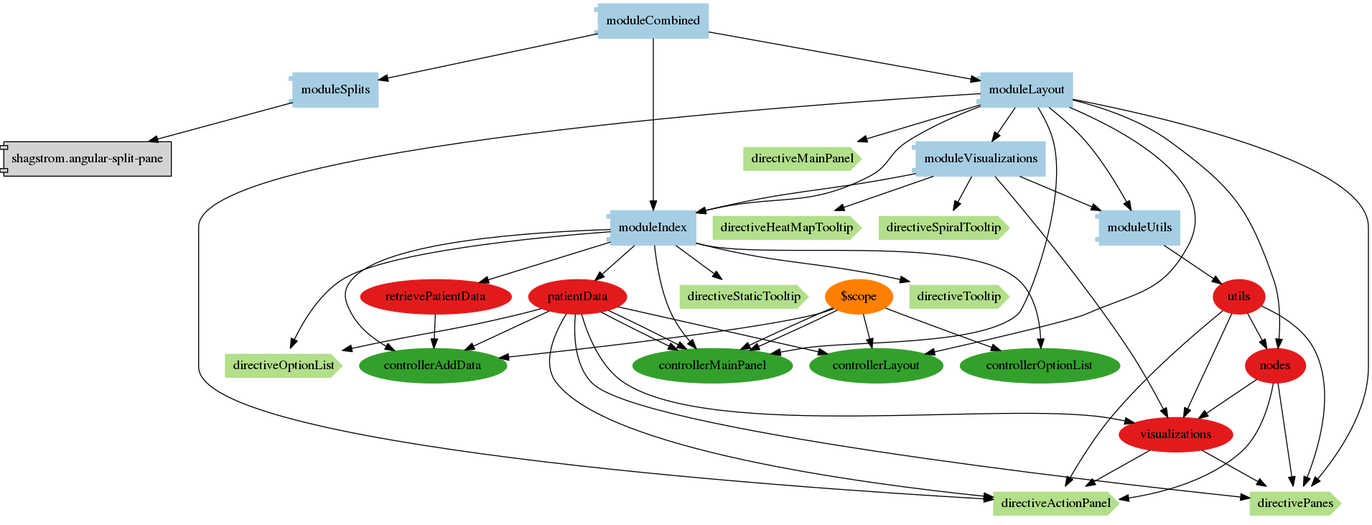
The Graphviz diagram architecture/png/all.png in nevesnunes/MultiViz, before a commit. Its source is kept beside it as architecture/dot/all.dot.
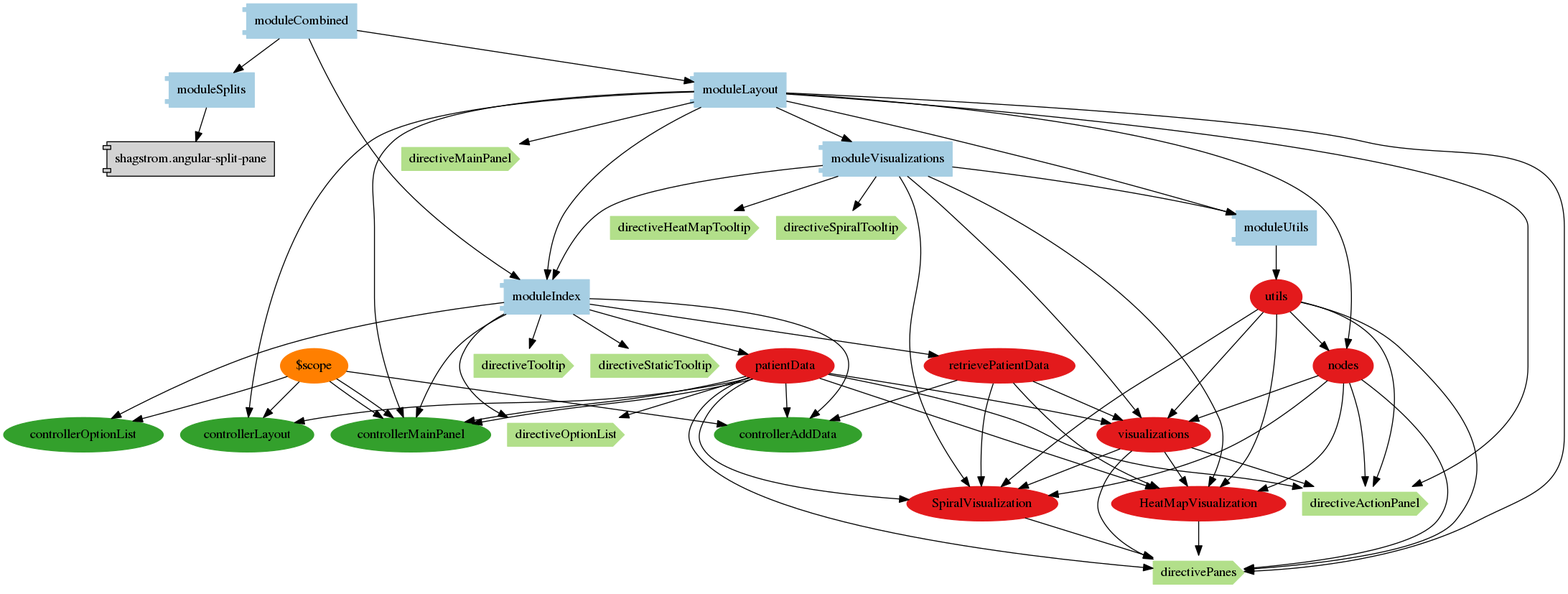
The same diagram one commit later.

The edit, as a diff of the source:
```diff
@@ -2,14 +2,14 @@
   node[shape="component",style="filled",colorscheme=paired12]
 
     node[shape="component"]
+
+      "moduleVisualizations"[label="moduleVisualizations", color=1]
 
       "moduleIndex"[label="moduleIndex", color=1]
 
       "moduleSplits"[label="moduleSplits", color=1]
 
       "moduleUtils"[label="moduleUtils", color=1]
-
-      "moduleVisualizations"[label="moduleVisualizations", color=1]
 
       "moduleLayout"[label="moduleLayout", color=1]
 
@@ -18,17 +18,17 @@
 
 
 
+        "moduleVisualizations" -> "moduleIndex"
+
+        "moduleVisualizations" -> "moduleUtils"
+
+
+
 
 
         "moduleSplits" -> "shagstrom.angular-split-pane"
 
 
-
-
-
-        "moduleVisualizations" -> "moduleIndex"
-
-        "moduleVisualizations" -> "moduleUtils"
 
 
 
@@ -49,6 +49,134 @@
 
 
     node[shape="ellipse"]
+
+
+
+
+
+
+
+
+
+
+        "HeatMapVisualization"[label="HeatMapVisualization", color=6]
+
+        "SpiralVisualization"[label="SpiralVisualization", color=6]
+
+        "visualizations"[label="visualizations", color=6]
+
+
+
+      node[shape="cds"]
+
+
+
+
+        "directiveHeatMapTooltip"[label="directiveHeatMapTooltip", color=3]
+
+        "directiveSpiralTooltip"[label="directiveSpiralTooltip", color=3]
+
+
+
+
+
+
+      node[shape="ellipse"]
+
+
+
+        "moduleVisualizations" -> "directiveHeatMapTooltip"
+
+        "moduleVisualizations" -> "directiveSpiralTooltip"
+
+
+
+
+
+
+
+        "moduleVisualizations" -> "HeatMapVisualization"
+
+        "moduleVisualizations" -> "SpiralVisualization"
+
+        "moduleVisualizations" -> "visualizations"
+
+
+
+
+
+
+
+
+
+
+
+
+
+
+      node[shape="ellipse",style="filled", color=8]
+
+
+
+
+
+
+
+
+
+
+
+
+
+
+          "visualizations"[label="visualizations"]
+          "visualizations" -> "HeatMapVisualization"
+
+          "patientData"[label="patientData"]
+          "patientData" -> "HeatMapVisualization"
+
+          "retrievePatientData"[label="retrievePatientData"]
+          "retrievePatientData" -> "HeatMapVisualization"
+
+          "utils"[label="utils"]
+          "utils" -> "HeatMapVisualization"
+
+          "nodes"[label="nodes"]
+          "nodes" -> "HeatMapVisualization"
+
+
+
+          "visualizations"[label="visualizations"]
+          "visualizations" -> "SpiralVisualization"
+
+          "patientData"[label="patientData"]
+          "patientData" -> "SpiralVisualization"
+
+          "retrievePatientData"[label="retrievePatientData"]
+          "retrievePatientData" -> "SpiralVisualization"
+
+          "utils"[label="utils"]
+          "utils" -> "SpiralVisualization"
+
+          "nodes"[label="nodes"]
+          "nodes" -> "SpiralVisualization"
+
+
+
+          "patientData"[label="patientData"]
+          "patientData" -> "visualizations"
+
+          "retrievePatientData"[label="retrievePatientData"]
+          "retrievePatientData" -> "visualizations"
+
+          "utils"[label="utils"]
+          "utils" -> "visualizations"
+
+          "nodes"[label="nodes"]
+          "nodes" -> "visualizations"
+
+
+
 
 
 
@@ -298,89 +426,6 @@
 
 
 
-
-
-
-
-        "visualizations"[label="visualizations", color=6]
-
-
-
-      node[shape="cds"]
-
-
-
-
-        "directiveHeatMapTooltip"[label="directiveHeatMapTooltip", color=3]
-
-        "directiveSpiralTooltip"[label="directiveSpiralTooltip", color=3]
-
-
-
-
-
-
-      node[shape="ellipse"]
-
-
-
-        "moduleVisualizations" -> "directiveHeatMapTooltip"
-
-        "moduleVisualizations" -> "directiveSpiralTooltip"
-
-
-
-
-
-
-
-        "moduleVisualizations" -> "visualizations"
-
-
-
-
-
-
-
-
-
-
-
-
-
-
-      node[shape="ellipse",style="filled", color=8]
-
-
-
-
-
-
-
-
-
-
-
-
-
-
-          "patientData"[label="patientData"]
-          "patientData" -> "visualizations"
-
-          "utils"[label="utils"]
-          "utils" -> "visualizations"
-
-          "nodes"[label="nodes"]
-          "nodes" -> "visualizations"
-
-
-
-
-
-
-
-
-
         "controllerMainPanel"[label="controllerMainPanel", color=4]
 
         "controllerLayout"[label="controllerLayout", color=4]
@@ -477,6 +522,12 @@
           "visualizations"[label="visualizations"]
           "visualizations" -> "directivePanes"
 
+          "HeatMapVisualization"[label="HeatMapVisualization"]
+          "HeatMapVisualization" -> "directivePanes"
+
+          "SpiralVisualization"[label="SpiralVisualization"]
+          "SpiralVisualization" -> "directivePanes"
+
 
 
 
```
